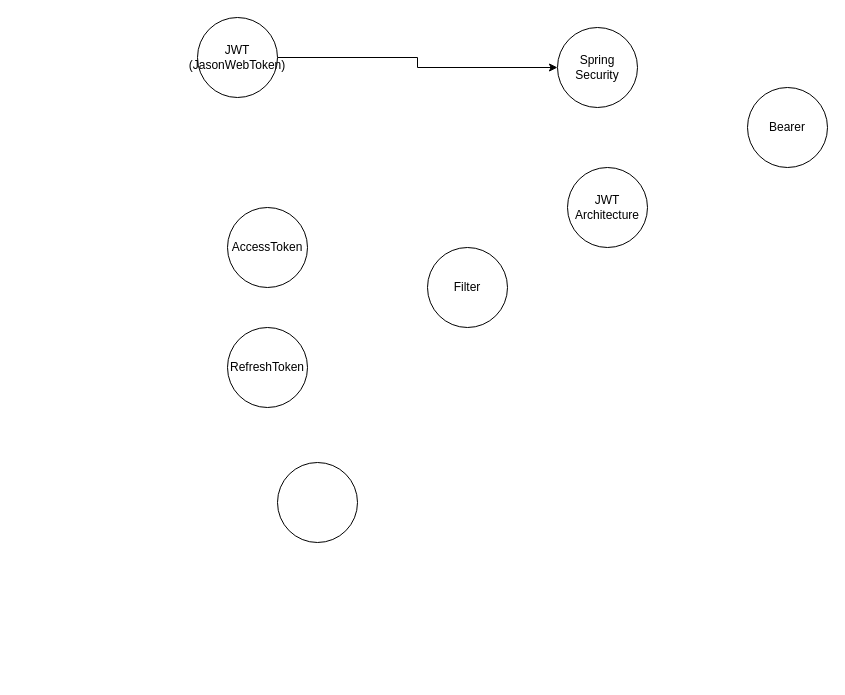
The draw.io diagram JWT.drawio in HJC96/Study, before the edit. Source tidied: cells renumbered, new cells numbered last; positions are measured from the earlier drawing's top-left corner, leaving out a move shared by most shapes. Both pictures are drawn from the tidied source at 100%, with x=0, y=0 at pixel (197, 17).
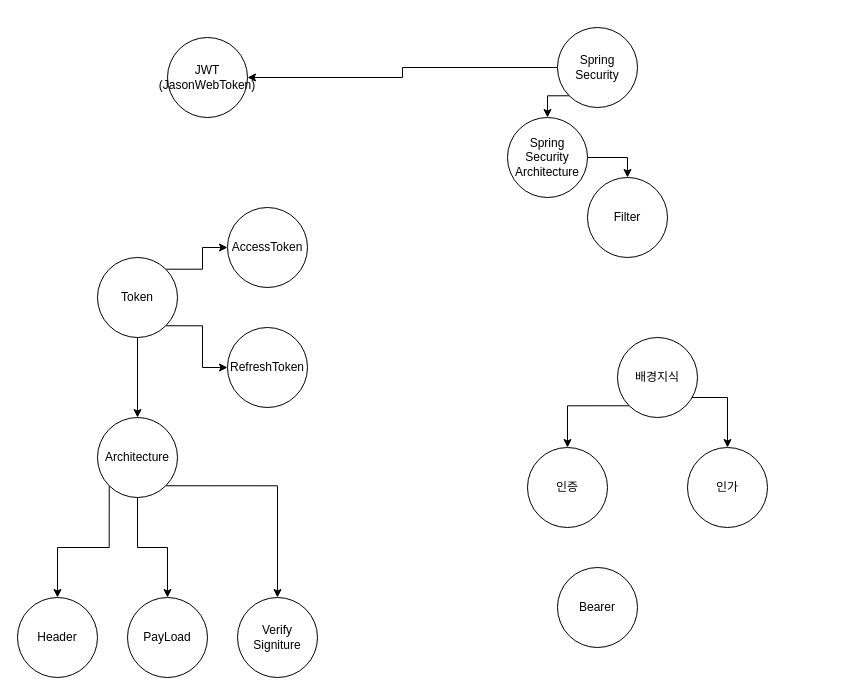
After the change.

The change refers to these unchanged cells:
```xml
<mxCell id="4" value="Spring Security" style="ellipse;whiteSpace=wrap;html=1;" parent="1" vertex="1">
  <mxGeometry x="360" y="10" width="80" height="80" as="geometry" />
</mxCell>
<mxCell id="5" value="AccessToken" style="ellipse;whiteSpace=wrap;html=1;" parent="1" vertex="1">
  <mxGeometry x="30" y="190" width="80" height="80" as="geometry" />
</mxCell>
<mxCell id="6" value="RefreshToken" style="ellipse;whiteSpace=wrap;html=1;" parent="1" vertex="1">
  <mxGeometry x="30" y="310" width="80" height="80" as="geometry" />
</mxCell>
```

Change to the diagram source:
```diff
@@
-    <mxCell id="2" style="edgeStyle=orthogonalEdgeStyle;rounded=0;jettySize=auto;html=1;exitX=1;exitY=0.5;exitDx=0;exitDy=0;entryX=0;entryY=0.5;entryDx=0;entryDy=0;" parent="1" edge="1" source="3" target="4">
-      <mxGeometry relative="1" as="geometry" />
-    </mxCell>
     <mxCell id="3" value="JWT&lt;br&gt;(JasonWebToken)" style="ellipse;whiteSpace=wrap;html=1;" parent="1" vertex="1">
-      <mxGeometry width="80" height="80" as="geometry" />
+      <mxGeometry x="-30" y="20" width="80" height="80" as="geometry" />
     </mxCell>
+    <mxCell id="11" style="edgeStyle=orthogonalEdgeStyle;rounded=0;jettySize=auto;html=1;exitX=0;exitY=1;exitDx=0;exitDy=0;entryX=0.5;entryY=0;entryDx=0;entryDy=0;" parent="1" edge="1" source="4" target="7">
+      <mxGeometry relative="1" as="geometry" />
+    </mxCell>
+    <mxCell id="12" style="edgeStyle=orthogonalEdgeStyle;rounded=0;jettySize=auto;html=1;exitX=0;exitY=0.5;exitDx=0;exitDy=0;entryX=1;entryY=0.5;entryDx=0;entryDy=0;" parent="1" edge="1" source="4" target="3">
+      <mxGeometry relative="1" as="geometry" />
+    </mxCell>
@@
+    <mxCell id="13" style="edgeStyle=orthogonalEdgeStyle;rounded=0;jettySize=auto;html=1;exitX=1;exitY=0.5;exitDx=0;exitDy=0;" parent="1" edge="1" source="7" target="8">
+      <mxGeometry relative="1" as="geometry" />
+    </mxCell>
-    <mxCell id="7" value="JWT Architecture" style="ellipse;whiteSpace=wrap;html=1;" parent="1" vertex="1">
-      <mxGeometry x="370" y="150" width="80" height="80" as="geometry" />
+    <mxCell id="7" value="Spring Security Architecture" style="ellipse;whiteSpace=wrap;html=1;" parent="1" vertex="1">
+      <mxGeometry x="310" y="100" width="80" height="80" as="geometry" />
     </mxCell>
     <mxCell id="8" value="Filter" style="ellipse;whiteSpace=wrap;html=1;" parent="1" vertex="1">
-      <mxGeometry x="230" y="230" width="80" height="80" as="geometry" />
+      <mxGeometry x="390" y="160" width="80" height="80" as="geometry" />
     </mxCell>
-    <mxCell id="9" style="ellipse;whiteSpace=wrap;html=1;" parent="1" vertex="1">
-      <mxGeometry x="80" y="445" width="80" height="80" as="geometry" />
-    </mxCell>
     <mxCell id="10" value="Bearer" style="ellipse;whiteSpace=wrap;html=1;" parent="1" vertex="1">
-      <mxGeometry x="550" y="70" width="80" height="80" as="geometry" />
+      <mxGeometry x="360" y="550" width="80" height="80" as="geometry" />
     </mxCell>
+    <mxCell id="14" style="edgeStyle=orthogonalEdgeStyle;rounded=0;jettySize=auto;html=1;exitX=1;exitY=0;exitDx=0;exitDy=0;" parent="1" edge="1" source="17" target="5">
+      <mxGeometry relative="1" as="geometry" />
+    </mxCell>
+    <mxCell id="15" style="edgeStyle=orthogonalEdgeStyle;rounded=0;jettySize=auto;html=1;exitX=1;exitY=1;exitDx=0;exitDy=0;entryX=0;entryY=0.5;entryDx=0;entryDy=0;" parent="1" edge="1" source="17" target="6">
+      <mxGeometry relative="1" as="geometry" />
+    </mxCell>
+    <mxCell id="16" style="edgeStyle=orthogonalEdgeStyle;rounded=0;jettySize=auto;html=1;exitX=0.5;exitY=1;exitDx=0;exitDy=0;entryX=0.5;entryY=0;entryDx=0;entryDy=0;" parent="1" edge="1" source="17" target="26">
+      <mxGeometry relative="1" as="geometry" />
+    </mxCell>
+    <mxCell id="17" value="Token" style="ellipse;whiteSpace=wrap;html=1;" parent="1" vertex="1">
+      <mxGeometry x="-100" y="240" width="80" height="80" as="geometry" />
+    </mxCell>
+    <mxCell id="18" value="인증" style="ellipse;whiteSpace=wrap;html=1;" parent="1" vertex="1">
+      <mxGeometry x="330" y="430" width="80" height="80" as="geometry" />
+    </mxCell>
+    <mxCell id="19" value="인가" style="ellipse;whiteSpace=wrap;html=1;" parent="1" vertex="1">
+      <mxGeometry x="490" y="430" width="80" height="80" as="geometry" />
+    </mxCell>
+    <mxCell id="20" style="edgeStyle=orthogonalEdgeStyle;rounded=0;jettySize=auto;html=1;exitX=0;exitY=1;exitDx=0;exitDy=0;entryX=0.5;entryY=0;entryDx=0;entryDy=0;" parent="1" edge="1" source="22" target="18">
+      <mxGeometry relative="1" as="geometry" />
+    </mxCell>
+    <mxCell id="21" style="edgeStyle=orthogonalEdgeStyle;rounded=0;jettySize=auto;html=1;exitX=1;exitY=1;exitDx=0;exitDy=0;entryX=0.5;entryY=0;entryDx=0;entryDy=0;" parent="1" edge="1" source="22" target="19">
+      <mxGeometry relative="1" as="geometry">
+        <Array as="points">
+          <mxPoint x="488" y="380" />
+          <mxPoint x="530" y="380" />
+        </Array>
+      </mxGeometry>
+    </mxCell>
+    <mxCell id="22" value="배경지식" style="ellipse;whiteSpace=wrap;html=1;" parent="1" vertex="1">
+      <mxGeometry x="420" y="320" width="80" height="80" as="geometry" />
+    </mxCell>
+    <mxCell id="23" style="edgeStyle=orthogonalEdgeStyle;rounded=0;jettySize=auto;html=1;exitX=0;exitY=1;exitDx=0;exitDy=0;entryX=0.5;entryY=0;entryDx=0;entryDy=0;" parent="1" edge="1" source="26" target="27">
+      <mxGeometry relative="1" as="geometry" />
+    </mxCell>
+    <mxCell id="24" style="edgeStyle=orthogonalEdgeStyle;rounded=0;jettySize=auto;html=1;exitX=0.5;exitY=1;exitDx=0;exitDy=0;entryX=0.5;entryY=0;entryDx=0;entryDy=0;" parent="1" edge="1" source="26" target="28">
+      <mxGeometry relative="1" as="geometry" />
+    </mxCell>
+    <mxCell id="25" style="edgeStyle=orthogonalEdgeStyle;rounded=0;jettySize=auto;html=1;exitX=1;exitY=1;exitDx=0;exitDy=0;entryX=0.5;entryY=0;entryDx=0;entryDy=0;" parent="1" edge="1" source="26" target="29">
+      <mxGeometry relative="1" as="geometry">
+        <Array as="points">
+          <mxPoint x="80" y="468" />
+        </Array>
+      </mxGeometry>
+    </mxCell>
+    <mxCell id="26" value="Architecture" style="ellipse;whiteSpace=wrap;html=1;" parent="1" vertex="1">
+      <mxGeometry x="-100" y="400" width="80" height="80" as="geometry" />
+    </mxCell>
+    <mxCell id="27" value="Header" style="ellipse;whiteSpace=wrap;html=1;" parent="1" vertex="1">
+      <mxGeometry x="-180" y="580" width="80" height="80" as="geometry" />
+    </mxCell>
+    <mxCell id="28" value="PayLoad" style="ellipse;whiteSpace=wrap;html=1;" parent="1" vertex="1">
+      <mxGeometry x="-70" y="580" width="80" height="80" as="geometry" />
+    </mxCell>
+    <mxCell id="29" value="Verify Signiture" style="ellipse;whiteSpace=wrap;html=1;" parent="1" vertex="1">
+      <mxGeometry x="40" y="580" width="80" height="80" as="geometry" />
+    </mxCell>
```
